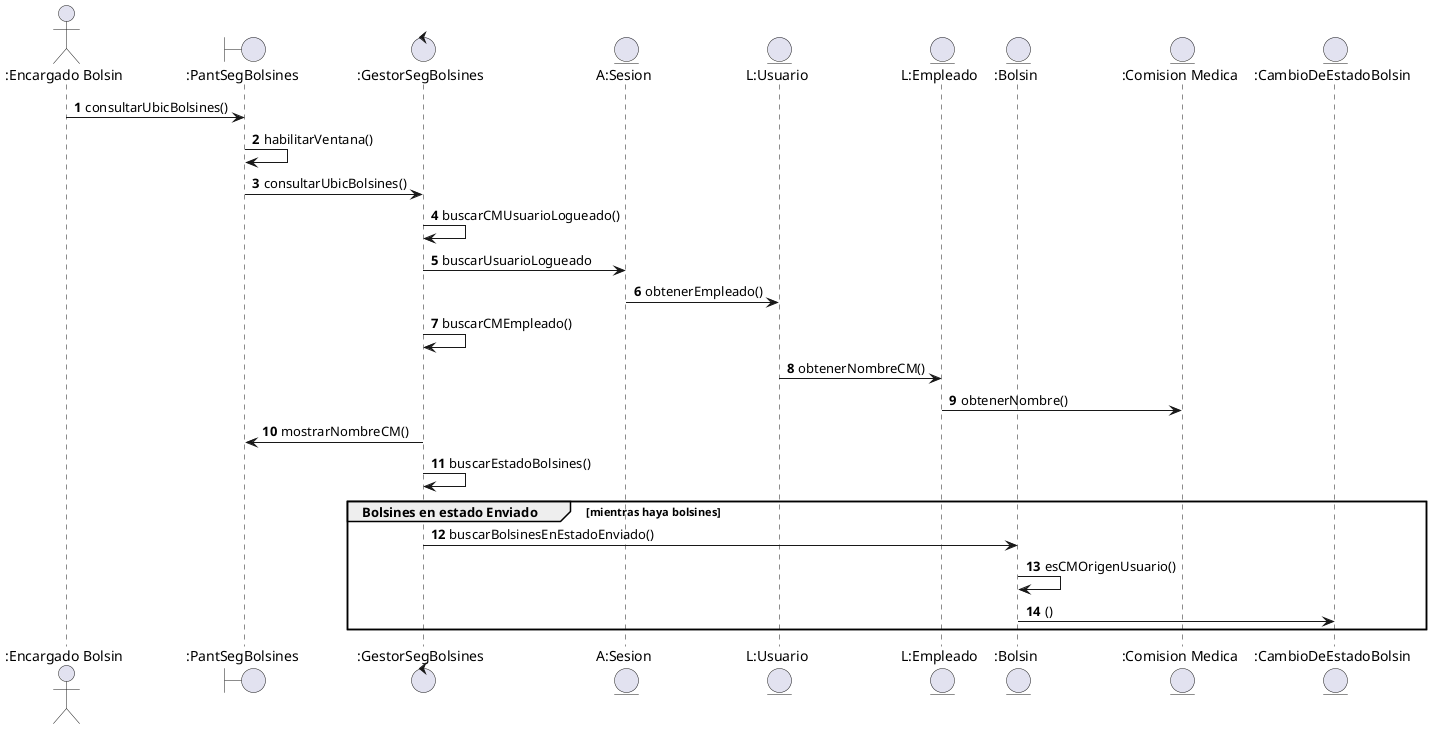
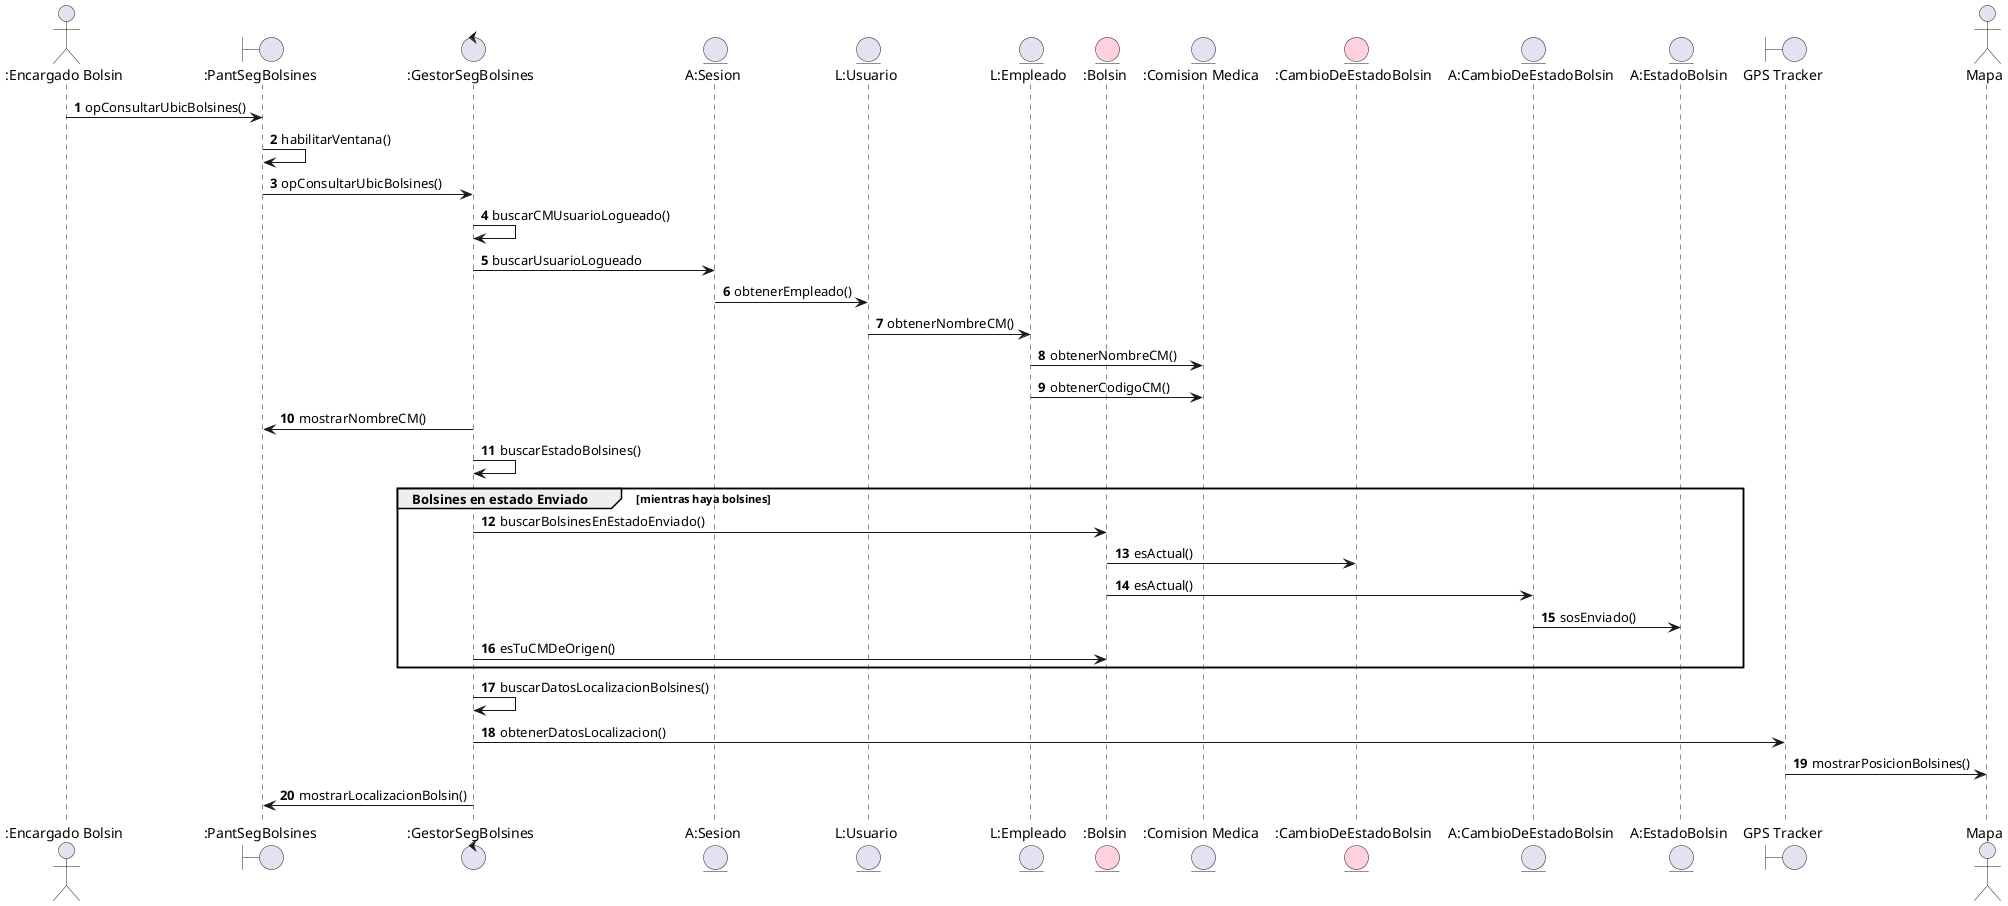

- ' Flujo Descripto: Búsqueda de bolsines y visualización en el mapa con GPS Tracker modelo XTR-4500L
+ ' Flujo: Búsqueda de bolsines y visualización en el mapa con GPS Tracker modelo XTR-4500L
' 1. EB: selecciona la opción para consultar la ubicación de uno o varios bolsines.
' 2. Sistema: busca y muestra la CM del usuario logueado.
' 3. Sistema: busca los bolsines en estado Enviado cuya CM origen es igual a la CM del usuario logueado.
' 4. Sistema: solicita al dispositivo GPS Tracker los datos de localización de los bolsines.
' 5. Sistema: recibe del dispositivo GPS Tracker los datos de localización de cada uno de esos bolsines (ver
' observación 1).
' 6. Sistema: muestra sobre un mapa la posición de los bolsines, habilitando la opción de seleccionar un bolsín del
' mapa o filtrar por número de precinto o CM destino.
' 7. EB: selecciona un bolsín del mapa.
' 8. Sistema: consulta si se desea enviar un correo electrónico al Gerente de Comisión Médica destino para informar
' la ubicación del Bolsín.
' 9. EB: confirma el envío del correo electrónico.
' 10. Sistema: busca la dirección de correo electrónico del GCM destino.
' 11. Sistema: para informar número de bolsín, fecha y hora de última actualización, y las coordenadas del bolsín, se
' incluye al Caso de Uso 31 Notificar ubicación de bolsín. Informa la ejecución exitosa del caso de uso 31. Fin del
' caso de uso

'IMPORTANTE NO BORRAR PLS
' NO se puede poner caracteristicas en los nombres de las entidades
'ejemplo: Usuario logueado, sesion actual. Se usa
' L:Usuario, A:Sesion, etc.
'Clase nombrada: NombreClase : Clase

@startuml test
autonumber

actor ":Encargado Bolsin" as EB
boundary ":PantSegBolsines" as P
control ":GestorSegBolsines" as G
entity "A:Sesion" as S
entity "L:Usuario" as U
entity "L:Empleado" as E
- entity ":Bolsin" as B
+ 
+ entity ":Bolsin" as B #FFD1DC
entity ":Comision Medica" as CM
- entity ":CambioDeEstadoBolsin" as estB
+ entity ":CambioDeEstadoBolsin" as cEstB #FFD1DC
+ 
+ entity "A:CambioDeEstadoBolsin" as estAB
+ entity "A:EstadoBolsin" as estB
+ 
+ ' interfaz clase fabricacion pura
+ boundary "GPS Tracker" as GPS
+ actor "Mapa" as Map


- EB -> P: consultarUbicBolsines()
+ ' 1. EB: selecciona la opción para consultar la ubicación de uno o varios bolsines.
+ EB -> P: opConsultarUbicBolsines()
P-> P: habilitarVentana()
- P-> G: consultarUbicBolsines()
+ P-> G: opConsultarUbicBolsines()
+ 
+ ' 2. Sistema: busca y muestra la CM del usuario logueado.
G-> G: buscarCMUsuarioLogueado()
G -> S: buscarUsuarioLogueado
S-> U: obtenerEmpleado()
- G-> G: buscarCMEmpleado()
U-> E: obtenerNombreCM()
- E -> CM: obtenerNombre()
+ E -> CM: obtenerNombreCM()
+ E -> CM: obtenerCodigoCM()
G-> P: mostrarNombreCM()

+ ' 3. Sistema: busca los bolsines en estado Enviado cuya CM origen es igual a la CM del usuario logueado.
G-> G: buscarEstadoBolsines()
- ' LOOP para buscar Primero traer Bolsin, luego su CM
- 'todo-
- '1. Buscar todos los bolsines
- '2. Entre esos, buscar los bolsines con CM igual al del usuario
- '3. Mostrar esos
- 
group Bolsines en estado Enviado [mientras haya bolsines]
    G -> B: buscarBolsinesEnEstadoEnviado()
-     B -> B: esCMOrigenUsuario()
-     B -> estB: ()
+     B -> cEstB: esActual()
+     B -> estAB: esActual()
+     estAB-> estB: sosEnviado()
+     G-> B: esTuCMDeOrigen()
+ end
+ 
+ ' 4. Sistema: solicita al dispositivo GPS Tracker los datos de localización de los bolsines.
+ ' 5. Sistema: recibe del dispositivo GPS Tracker los datos de localización de cada uno de esos bolsines
+ G-> G: buscarDatosLocalizacionBolsines()
+ G-> GPS: obtenerDatosLocalizacion()
+ 
+ ' 6. Sistema: muestra sobre un mapa la posición de los bolsines, habilitando la opción de seleccionar un bolsín del
+ ' mapa o filtrar por número de precinto o CM destino.
+ GPS-> Map: mostrarPosicionBolsines()
+ G-> P: mostrarLocalizacionBolsin()


- 
- 
-     ' G->G: validarCM(cmUsuario,cmBolsin)
-     ' B -> estB: sosEnviado()
- 
- 
- end
- ' tendremos que hacer una entity gps tracker ?
- ' es algo que segun entiendo tiene cada bolsin enviado
- 
@end